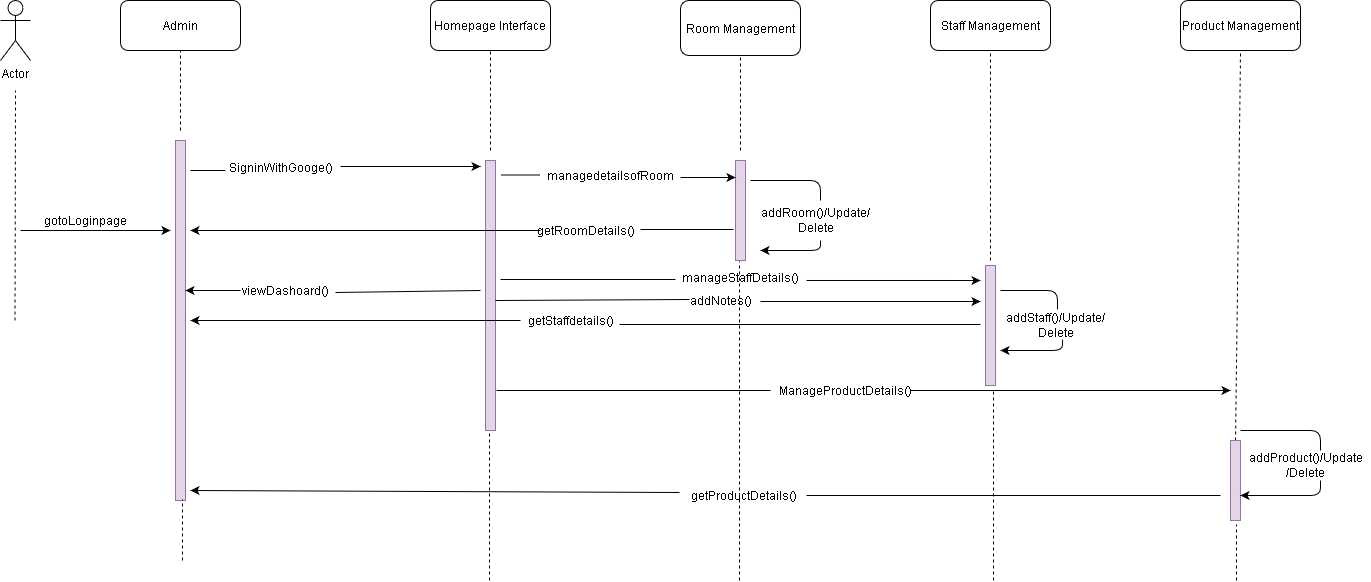
Before: Diagrams/Sequence Diagram/Management hotel.png, a diagram exported from draw.io (Sonja17/Hotel-Management-System). Source tidied: cells renumbered, new cells last; positions are measured from the earlier drawing's top-left corner, leaving out a move shared by most shapes. The source it was exported from:
```xml
<mxGraphModel>
  <root>
    <mxCell id="0" />
    <mxCell id="1" parent="0" />
    <mxCell id="2" value="Actor" style="shape=umlActor;verticalLabelPosition=bottom;labelBackgroundColor=#ffffff;verticalAlign=top;html=1;" parent="1" vertex="1">
      <mxGeometry width="30" height="60" as="geometry" />
    </mxCell>
    <mxCell id="3" style="endArrow=none;dashed=1;html=1;" parent="1" edge="1">
      <mxGeometry relative="1" as="geometry">
        <mxPoint x="14.5" y="320" as="sourcePoint" />
        <mxPoint x="15" y="90" as="targetPoint" />
      </mxGeometry>
    </mxCell>
    <mxCell id="4" style="endArrow=classic;html=1;" parent="1" edge="1">
      <mxGeometry relative="1" as="geometry">
        <mxPoint x="20" y="230" as="sourcePoint" />
        <mxPoint x="170" y="230" as="targetPoint" />
      </mxGeometry>
    </mxCell>
    <mxCell id="5" value="Admin" style="rounded=1;whiteSpace=wrap;html=1;" parent="1" vertex="1">
      <mxGeometry x="120" width="120" height="50" as="geometry" />
    </mxCell>
    <mxCell id="6" value="gotoLoginpage" style="text;html=1;align=center;verticalAlign=middle;" parent="1" vertex="1">
      <mxGeometry x="35" y="210" width="100" height="20" as="geometry" />
    </mxCell>
    <mxCell id="7" style="endArrow=none;dashed=1;html=1;" parent="1" edge="1">
      <mxGeometry relative="1" as="geometry">
        <mxPoint x="180" y="130" as="sourcePoint" />
        <mxPoint x="180" y="50" as="targetPoint" />
      </mxGeometry>
    </mxCell>
    <mxCell id="8" style="html=1;points=[];perimeter=orthogonalPerimeter;fillColor=#e1d5e7;strokeColor=#9673a6;" parent="1" vertex="1">
      <mxGeometry x="175" y="140" width="10" height="360" as="geometry" />
    </mxCell>
    <mxCell id="9" style="endArrow=none;html=1;" parent="1" edge="1">
      <mxGeometry relative="1" as="geometry">
        <mxPoint x="190" y="170" as="sourcePoint" />
        <mxPoint x="225" y="170" as="targetPoint" />
        <Array as="points">
          <mxPoint x="210" y="170" />
        </Array>
      </mxGeometry>
    </mxCell>
    <mxCell id="10" style="endArrow=classic;html=1;" parent="1" edge="1">
      <mxGeometry relative="1" as="geometry">
        <mxPoint x="340" y="166" as="sourcePoint" />
        <mxPoint x="480" y="166" as="targetPoint" />
        <Array as="points">
          <mxPoint x="359" y="166" />
        </Array>
      </mxGeometry>
    </mxCell>
    <mxCell id="11" value="&lt;div&gt;SigninWithGooge()&lt;/div&gt;&lt;div&gt;&lt;br&gt;&lt;/div&gt;" style="text;html=1;align=center;verticalAlign=middle;" parent="1" vertex="1">
      <mxGeometry x="220" y="160" width="120" height="30" as="geometry" />
    </mxCell>
    <mxCell id="12" value="Homepage Interface" style="rounded=1;whiteSpace=wrap;html=1;" parent="1" vertex="1">
      <mxGeometry x="430" width="120" height="50" as="geometry" />
    </mxCell>
    <mxCell id="13" style="html=1;points=[];perimeter=orthogonalPerimeter;fillColor=#e1d5e7;strokeColor=#9673a6;" parent="1" vertex="1">
      <mxGeometry x="485" y="160" width="10" height="270" as="geometry" />
    </mxCell>
    <mxCell id="14" style="html=1;points=[];perimeter=orthogonalPerimeter;fillColor=#e1d5e7;strokeColor=#9673a6;" parent="1" vertex="1">
      <mxGeometry x="735" y="160" width="10" height="100" as="geometry" />
    </mxCell>
    <mxCell id="15" style="html=1;perimeter=orthogonalPerimeter;fillColor=#e1d5e7;strokeColor=#9673a6;" parent="1" vertex="1">
      <mxGeometry x="985" y="265" width="10" height="120" as="geometry" />
    </mxCell>
    <mxCell id="16" value="Room Management" style="rounded=1;whiteSpace=wrap;html=1;" parent="1" vertex="1">
      <mxGeometry x="680" width="120" height="55" as="geometry" />
    </mxCell>
    <mxCell id="17" value="Staff Management" style="rounded=1;whiteSpace=wrap;html=1;" parent="1" vertex="1">
      <mxGeometry x="930" width="120" height="50" as="geometry" />
    </mxCell>
    <mxCell id="18" style="endArrow=none;html=1;" parent="1" edge="1">
      <mxGeometry relative="1" as="geometry">
        <mxPoint x="500" y="174.5" as="sourcePoint" />
        <mxPoint x="540" y="174.5" as="targetPoint" />
      </mxGeometry>
    </mxCell>
    <mxCell id="19" value="managedetailsofRoom" style="text;html=1;align=center;verticalAlign=middle;points=[];" parent="1" vertex="1">
      <mxGeometry x="540" y="165" width="140" height="20" as="geometry" />
    </mxCell>
    <mxCell id="20" style="endArrow=classic;html=1;exitX=1;exitY=0.6;exitDx=0;exitDy=0;exitPerimeter=0;" parent="1" edge="1" source="19" target="14">
      <mxGeometry relative="1" as="geometry" />
    </mxCell>
    <mxCell id="21" style="endArrow=none;dashed=1;html=1;entryX=0.5;entryY=1;entryDx=0;entryDy=0;" parent="1" edge="1" target="16">
      <mxGeometry relative="1" as="geometry">
        <mxPoint x="740" y="150" as="sourcePoint" />
      </mxGeometry>
    </mxCell>
    <mxCell id="22" style="endArrow=classic;html=1;" parent="1" edge="1">
      <mxGeometry relative="1" as="geometry">
        <mxPoint x="540" y="230" as="sourcePoint" />
        <mxPoint x="190" y="230" as="targetPoint" />
      </mxGeometry>
    </mxCell>
    <mxCell id="23" value="getRoomDetails()" style="text;html=1;align=center;verticalAlign=middle;" parent="1" vertex="1">
      <mxGeometry x="530" y="220" width="110" height="20" as="geometry" />
    </mxCell>
    <mxCell id="24" style="endArrow=none;html=1;entryX=-0.2;entryY=0.69;entryDx=0;entryDy=0;entryPerimeter=0;" parent="1" edge="1" target="14">
      <mxGeometry relative="1" as="geometry">
        <mxPoint x="640" y="229" as="sourcePoint" />
      </mxGeometry>
    </mxCell>
    <mxCell id="25" value="&lt;div&gt;addRoom()/Update/&lt;/div&gt;&lt;div&gt;Delete&lt;/div&gt;" style="text;html=1;align=center;verticalAlign=middle;" parent="1" vertex="1">
      <mxGeometry x="755" y="205" width="120" height="30" as="geometry" />
    </mxCell>
    <mxCell id="26" style="endArrow=classic;html=1;" parent="1" edge="1">
      <mxGeometry relative="1" as="geometry">
        <mxPoint x="820" y="240" as="sourcePoint" />
        <mxPoint x="760" y="250" as="targetPoint" />
        <Array as="points">
          <mxPoint x="820" y="250" />
        </Array>
      </mxGeometry>
    </mxCell>
    <mxCell id="27" style="endArrow=none;html=1;" parent="1" edge="1">
      <mxGeometry relative="1" as="geometry">
        <mxPoint x="750" y="180" as="sourcePoint" />
        <mxPoint x="820" y="200" as="targetPoint" />
        <Array as="points">
          <mxPoint x="820" y="180" />
        </Array>
      </mxGeometry>
    </mxCell>
    <mxCell id="28" style="endArrow=classic;html=1;" parent="1" edge="1" target="8">
      <mxGeometry relative="1" as="geometry">
        <mxPoint x="240" y="290" as="sourcePoint" />
      </mxGeometry>
    </mxCell>
    <mxCell id="29" value="viewDashoard()" style="text;html=1;align=center;verticalAlign=middle;points=[];" parent="1" vertex="1">
      <mxGeometry x="235" y="280" width="100" height="20" as="geometry" />
    </mxCell>
    <mxCell id="30" style="endArrow=none;html=1;exitX=1;exitY=0.6;exitDx=0;exitDy=0;exitPerimeter=0;" parent="1" edge="1" source="29">
      <mxGeometry relative="1" as="geometry">
        <mxPoint x="480" y="290" as="targetPoint" />
      </mxGeometry>
    </mxCell>
    <mxCell id="31" style="endArrow=classic;html=1;" parent="1" edge="1">
      <mxGeometry relative="1" as="geometry">
        <mxPoint x="520" y="320" as="sourcePoint" />
        <mxPoint x="190" y="320" as="targetPoint" />
      </mxGeometry>
    </mxCell>
    <mxCell id="32" value="getStaffdetails()" style="text;html=1;align=center;verticalAlign=middle;points=[];" parent="1" vertex="1">
      <mxGeometry x="520" y="310" width="100" height="20" as="geometry" />
    </mxCell>
    <mxCell id="33" style="endArrow=none;dashed=1;html=1;entryX=0.5;entryY=1;entryDx=0;entryDy=0;" parent="1" edge="1" target="17">
      <mxGeometry relative="1" as="geometry">
        <mxPoint x="990" y="260" as="sourcePoint" />
      </mxGeometry>
    </mxCell>
    <mxCell id="34" style="endArrow=none;html=1;exitX=0.99;exitY=0.7;exitDx=0;exitDy=0;exitPerimeter=0;" parent="1" edge="1" source="32">
      <mxGeometry relative="1" as="geometry">
        <mxPoint x="980" y="324" as="targetPoint" />
      </mxGeometry>
    </mxCell>
    <mxCell id="35" value="&lt;div&gt;addStaff()/Update/&lt;/div&gt;&lt;div&gt;Delete&lt;/div&gt;" style="text;html=1;align=center;verticalAlign=middle;points=[];" parent="1" vertex="1">
      <mxGeometry x="1000" y="310" width="110" height="30" as="geometry" />
    </mxCell>
    <mxCell id="36" style="endArrow=none;dashed=1;html=1;entryX=0.5;entryY=1;entryDx=0;entryDy=0;entryPerimeter=0;" parent="1" edge="1" target="12">
      <mxGeometry relative="1" as="geometry">
        <mxPoint x="490" y="150" as="sourcePoint" />
      </mxGeometry>
    </mxCell>
    <mxCell id="37" style="endArrow=none;html=1;entryX=0.518;entryY=-0.033;entryDx=0;entryDy=0;entryPerimeter=0;" parent="1" edge="1" target="35">
      <mxGeometry relative="1" as="geometry">
        <mxPoint x="1000" y="290" as="sourcePoint" />
        <Array as="points">
          <mxPoint x="1057" y="290" />
        </Array>
      </mxGeometry>
    </mxCell>
    <mxCell id="38" style="endArrow=classic;html=1;exitX=0.564;exitY=0.967;exitDx=0;exitDy=0;exitPerimeter=0;" parent="1" edge="1" source="35">
      <mxGeometry relative="1" as="geometry">
        <mxPoint x="1000" y="350" as="targetPoint" />
        <Array as="points">
          <mxPoint x="1062" y="350" />
          <mxPoint x="1040" y="350" />
          <mxPoint x="1030" y="350" />
        </Array>
      </mxGeometry>
    </mxCell>
    <mxCell id="39" value="Product Management" style="rounded=1;whiteSpace=wrap;html=1;" parent="1" vertex="1">
      <mxGeometry x="1180" width="120" height="50" as="geometry" />
    </mxCell>
    <mxCell id="40" style="endArrow=none;dashed=1;html=1;exitX=0.5;exitY=0;exitDx=0;exitDy=0;exitPerimeter=0;" parent="1" edge="1" source="44">
      <mxGeometry relative="1" as="geometry">
        <mxPoint x="1240" y="52" as="targetPoint" />
      </mxGeometry>
    </mxCell>
    <mxCell id="41" style="endArrow=none;dashed=1;html=1;" parent="1" edge="1">
      <mxGeometry relative="1" as="geometry">
        <mxPoint x="993" y="580" as="sourcePoint" />
        <mxPoint x="993" y="390" as="targetPoint" />
        <Array as="points">
          <mxPoint x="993" y="450" />
        </Array>
      </mxGeometry>
    </mxCell>
    <mxCell id="42" style="endArrow=none;dashed=1;html=1;entryX=0.4;entryY=1.01;entryDx=0;entryDy=0;entryPerimeter=0;" parent="1" edge="1" target="14">
      <mxGeometry relative="1" as="geometry">
        <mxPoint x="739" y="580" as="sourcePoint" />
      </mxGeometry>
    </mxCell>
    <mxCell id="43" style="endArrow=none;dashed=1;html=1;entryX=0.4;entryY=1.011;entryDx=0;entryDy=0;entryPerimeter=0;" parent="1" edge="1" target="13">
      <mxGeometry relative="1" as="geometry">
        <mxPoint x="489" y="580" as="sourcePoint" />
      </mxGeometry>
    </mxCell>
    <mxCell id="44" style="html=1;points=[];perimeter=orthogonalPerimeter;fillColor=#e1d5e7;strokeColor=#9673a6;" parent="1" vertex="1">
      <mxGeometry x="1230" y="440" width="10" height="80" as="geometry" />
    </mxCell>
    <mxCell id="45" value="&lt;div&gt;manageStaffDetails()&lt;/div&gt;&lt;div&gt;&lt;br&gt;&lt;/div&gt;" style="text;html=1;align=center;verticalAlign=middle;points=[];" parent="1" vertex="1">
      <mxGeometry x="675" y="270" width="130" height="30" as="geometry" />
    </mxCell>
    <mxCell id="46" style="endArrow=none;html=1;fontFamily=Helvetica;fontSize=11;fontColor=#000000;align=center;strokeColor=#000000;" parent="1" edge="1">
      <mxGeometry relative="1" as="geometry">
        <mxPoint x="500" y="279" as="sourcePoint" />
        <mxPoint x="675" y="279" as="targetPoint" />
      </mxGeometry>
    </mxCell>
    <mxCell id="47" style="endArrow=none;html=1;entryX=0.108;entryY=0.967;entryDx=0;entryDy=0;entryPerimeter=0;" parent="1" edge="1" target="45">
      <mxGeometry relative="1" as="geometry">
        <mxPoint x="495" y="300" as="sourcePoint" />
      </mxGeometry>
    </mxCell>
    <mxCell id="48" value="addNotes()" style="text;html=1;align=center;verticalAlign=middle;" parent="1" vertex="1">
      <mxGeometry x="680" y="290" width="80" height="20" as="geometry" />
    </mxCell>
    <mxCell id="49" style="endArrow=classic;html=1;exitX=1.008;exitY=0.333;exitDx=0;exitDy=0;exitPerimeter=0;" parent="1" edge="1" source="45">
      <mxGeometry relative="1" as="geometry">
        <mxPoint x="980" y="280" as="targetPoint" />
      </mxGeometry>
    </mxCell>
    <mxCell id="50" style="endArrow=classic;html=1;" parent="1" edge="1">
      <mxGeometry relative="1" as="geometry">
        <mxPoint x="760" y="301" as="sourcePoint" />
        <mxPoint x="980" y="301" as="targetPoint" />
      </mxGeometry>
    </mxCell>
    <mxCell id="51" style="endArrow=none;html=1;" parent="1" edge="1">
      <mxGeometry relative="1" as="geometry">
        <mxPoint x="496" y="390" as="sourcePoint" />
        <mxPoint x="770" y="390" as="targetPoint" />
      </mxGeometry>
    </mxCell>
    <mxCell id="52" value="ManageProductDetails()" style="text;html=1;align=center;verticalAlign=middle;" parent="1" vertex="1">
      <mxGeometry x="770" y="380" width="150" height="20" as="geometry" />
    </mxCell>
    <mxCell id="53" style="endArrow=classic;html=1;" parent="1" edge="1">
      <mxGeometry relative="1" as="geometry">
        <mxPoint x="910" y="390" as="sourcePoint" />
        <mxPoint x="1230" y="390" as="targetPoint" />
      </mxGeometry>
    </mxCell>
    <mxCell id="54" value="&lt;div&gt;addProduct()/Update&lt;/div&gt;&lt;div&gt;/Delete&lt;br&gt;&lt;/div&gt;" style="text;html=1;align=center;verticalAlign=middle;" parent="1" vertex="1">
      <mxGeometry x="1240" y="450" width="130" height="30" as="geometry" />
    </mxCell>
    <mxCell id="55" style="endArrow=none;html=1;" parent="1" edge="1">
      <mxGeometry relative="1" as="geometry">
        <mxPoint x="1240" y="430" as="sourcePoint" />
        <mxPoint x="1320" y="450" as="targetPoint" />
        <Array as="points">
          <mxPoint x="1320" y="430" />
        </Array>
      </mxGeometry>
    </mxCell>
    <mxCell id="56" style="endArrow=classic;html=1;" parent="1" edge="1">
      <mxGeometry relative="1" as="geometry">
        <mxPoint x="1320" y="480" as="sourcePoint" />
        <mxPoint x="1240" y="495" as="targetPoint" />
        <Array as="points">
          <mxPoint x="1320" y="495" />
        </Array>
      </mxGeometry>
    </mxCell>
    <mxCell id="57" value="getProductDetails()" style="text;html=1;align=center;verticalAlign=middle;points=[];" parent="1" vertex="1">
      <mxGeometry x="683" y="485" width="120" height="20" as="geometry" />
    </mxCell>
    <mxCell id="58" style="endArrow=classic;html=1;exitX=-0.033;exitY=0.35;exitDx=0;exitDy=0;exitPerimeter=0;" parent="1" edge="1" source="57">
      <mxGeometry relative="1" as="geometry">
        <mxPoint x="190" y="490" as="targetPoint" />
      </mxGeometry>
    </mxCell>
    <mxCell id="59" style="endArrow=none;dashed=1;html=1;entryX=0.7;entryY=0.997;entryDx=0;entryDy=0;entryPerimeter=0;" parent="1" edge="1" target="8">
      <mxGeometry relative="1" as="geometry">
        <mxPoint x="182" y="560" as="sourcePoint" />
      </mxGeometry>
    </mxCell>
    <mxCell id="60" style="endArrow=none;html=1;exitX=1.025;exitY=0.5;exitDx=0;exitDy=0;exitPerimeter=0;" parent="1" edge="1" source="57">
      <mxGeometry relative="1" as="geometry">
        <mxPoint x="1220" y="495" as="targetPoint" />
      </mxGeometry>
    </mxCell>
    <mxCell id="61" style="endArrow=none;dashed=1;html=1;entryX=0.6;entryY=1.05;entryDx=0;entryDy=0;entryPerimeter=0;" parent="1" edge="1" target="44">
      <mxGeometry relative="1" as="geometry">
        <mxPoint x="1236" y="580" as="sourcePoint" />
      </mxGeometry>
    </mxCell>
  </root>
</mxGraphModel>
```
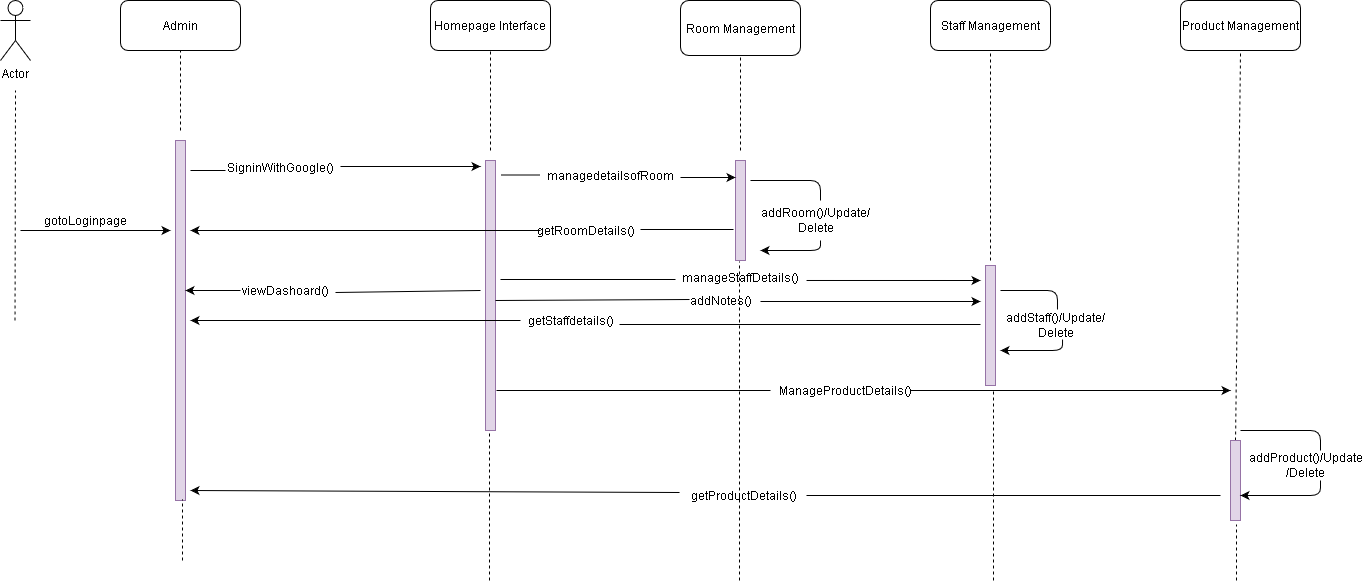
Later version of the same file.

Change to the diagram source:
```diff
@@ -50,7 +50,7 @@
         </Array>
       </mxGeometry>
     </mxCell>
-    <mxCell id="11" value="&lt;div&gt;SigninWithGooge()&lt;/div&gt;&lt;div&gt;&lt;br&gt;&lt;/div&gt;" style="text;html=1;align=center;verticalAlign=middle;" parent="1" vertex="1">
+    <mxCell id="11" value="&lt;div&gt;SigninWithGoogle()&lt;/div&gt;&lt;div&gt;&lt;br&gt;&lt;/div&gt;" style="text;html=1;align=center;verticalAlign=middle;" parent="1" vertex="1">
       <mxGeometry x="220" y="160" width="120" height="30" as="geometry" />
     </mxCell>
     <mxCell id="12" value="Homepage Interface" style="rounded=1;whiteSpace=wrap;html=1;" parent="1" vertex="1">
```
